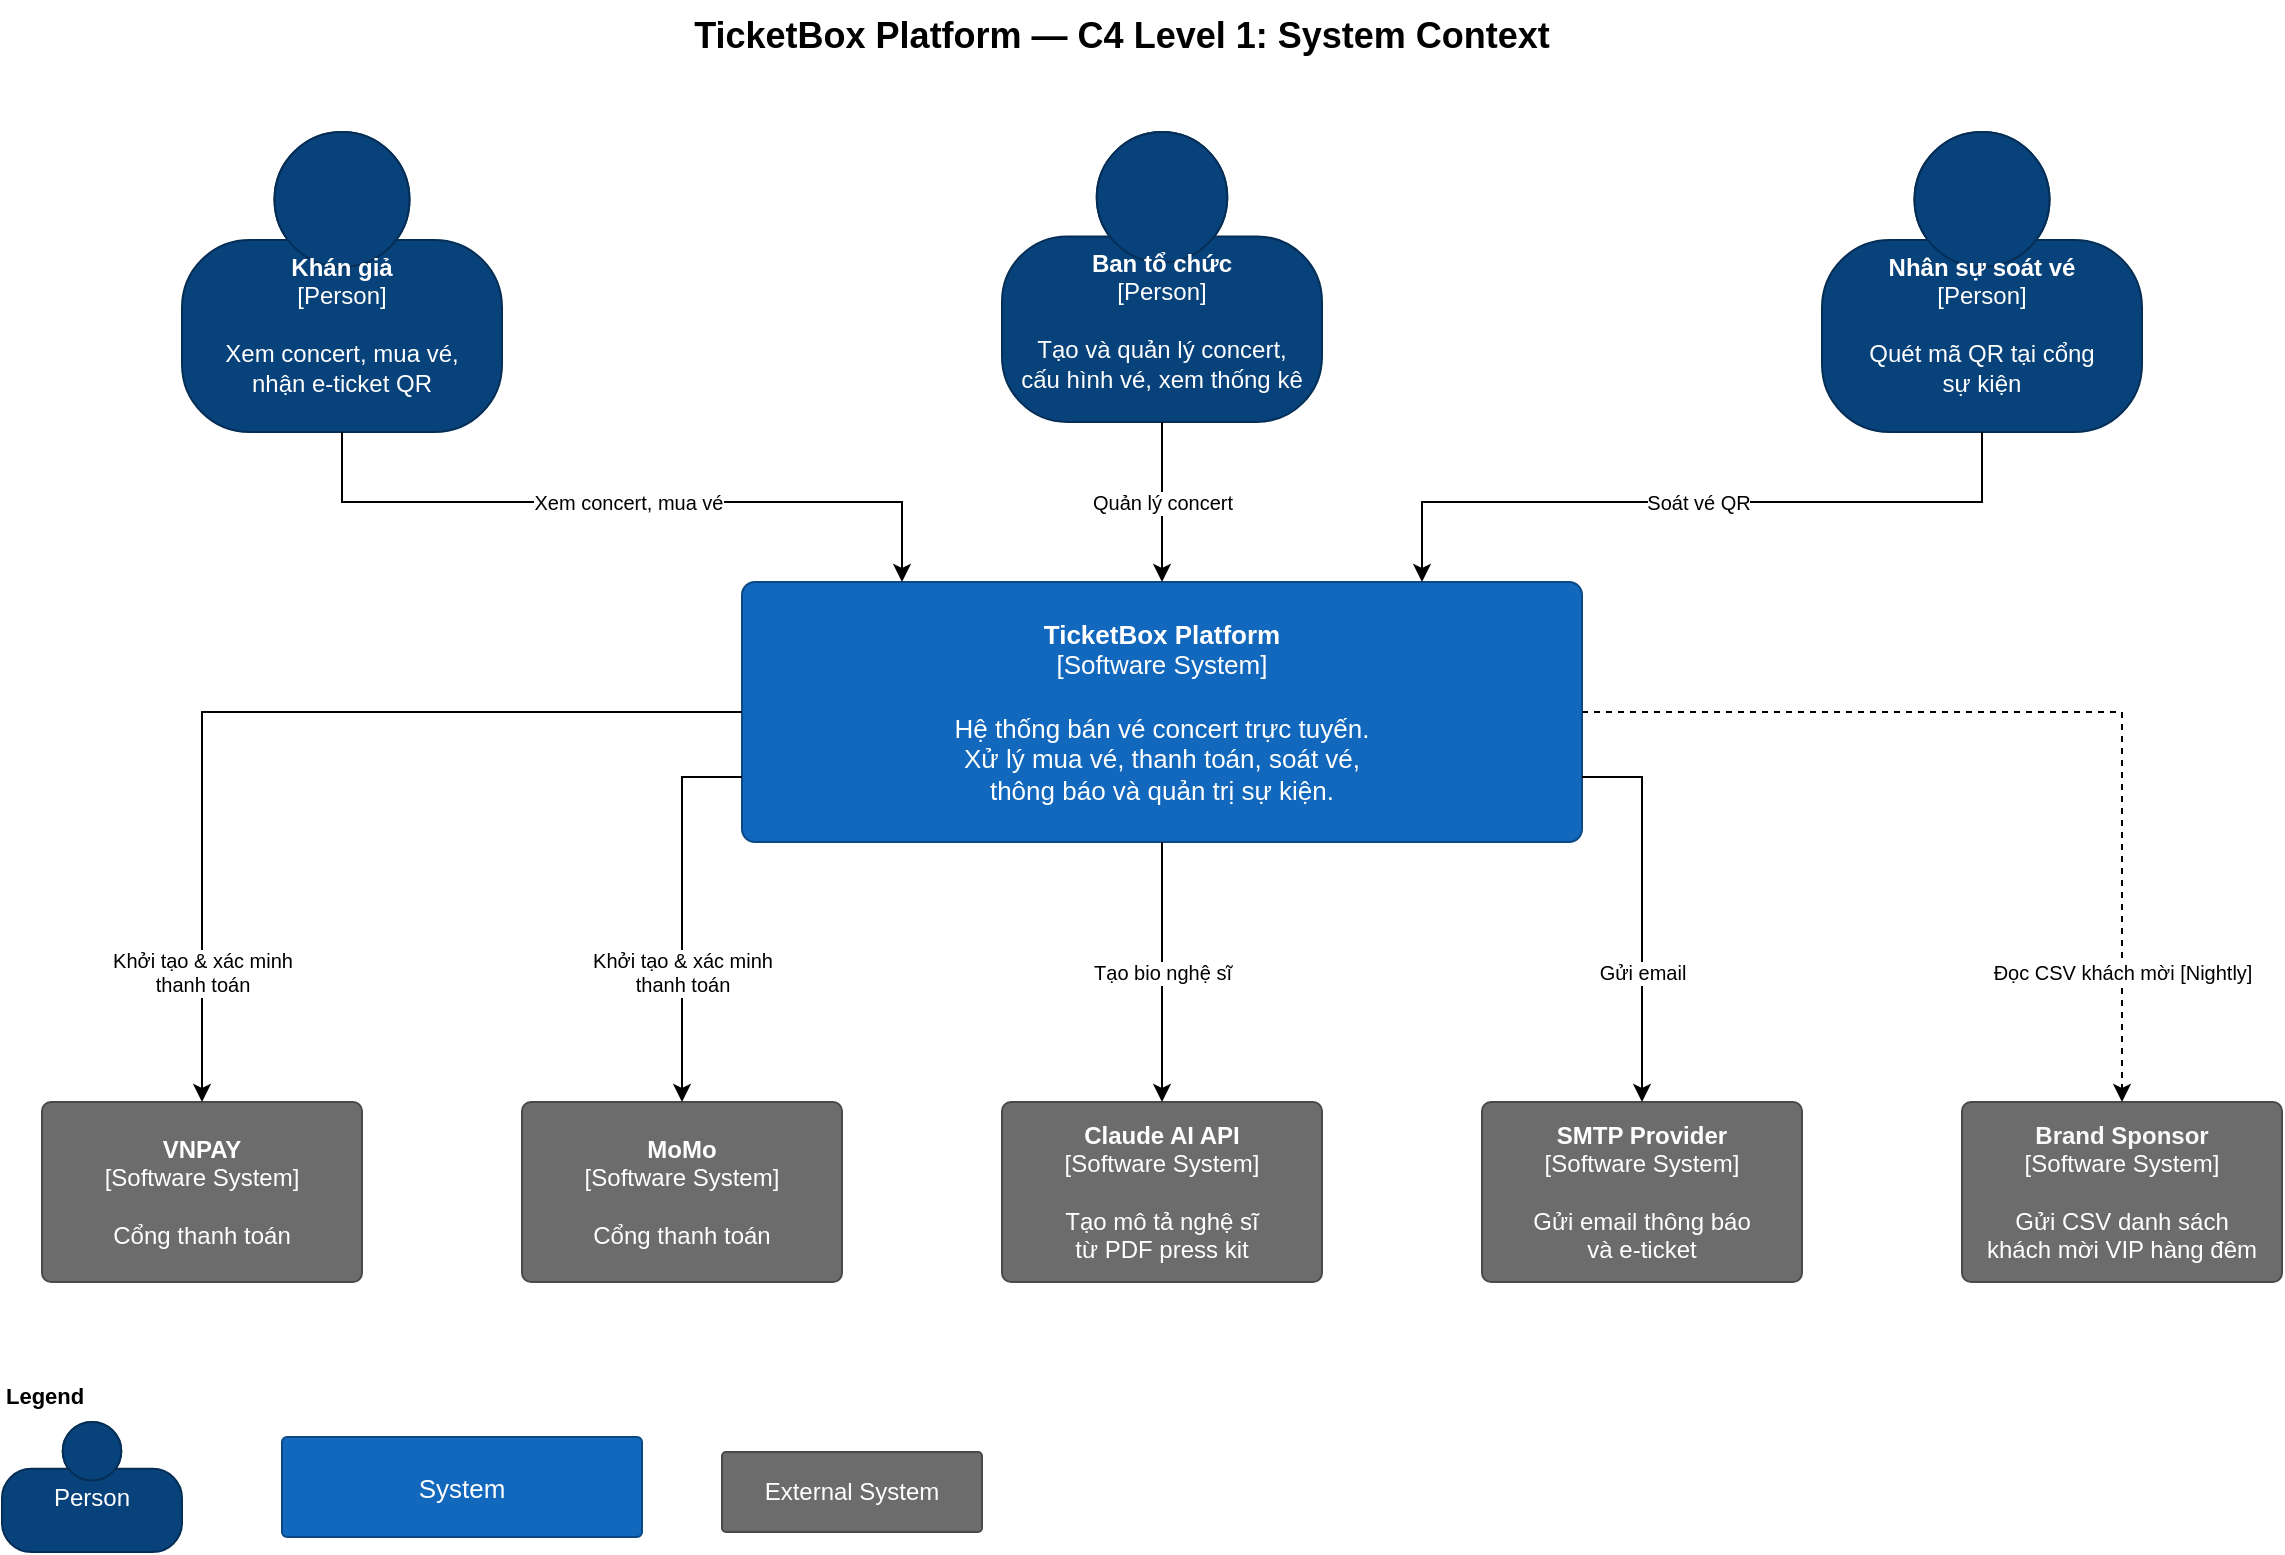
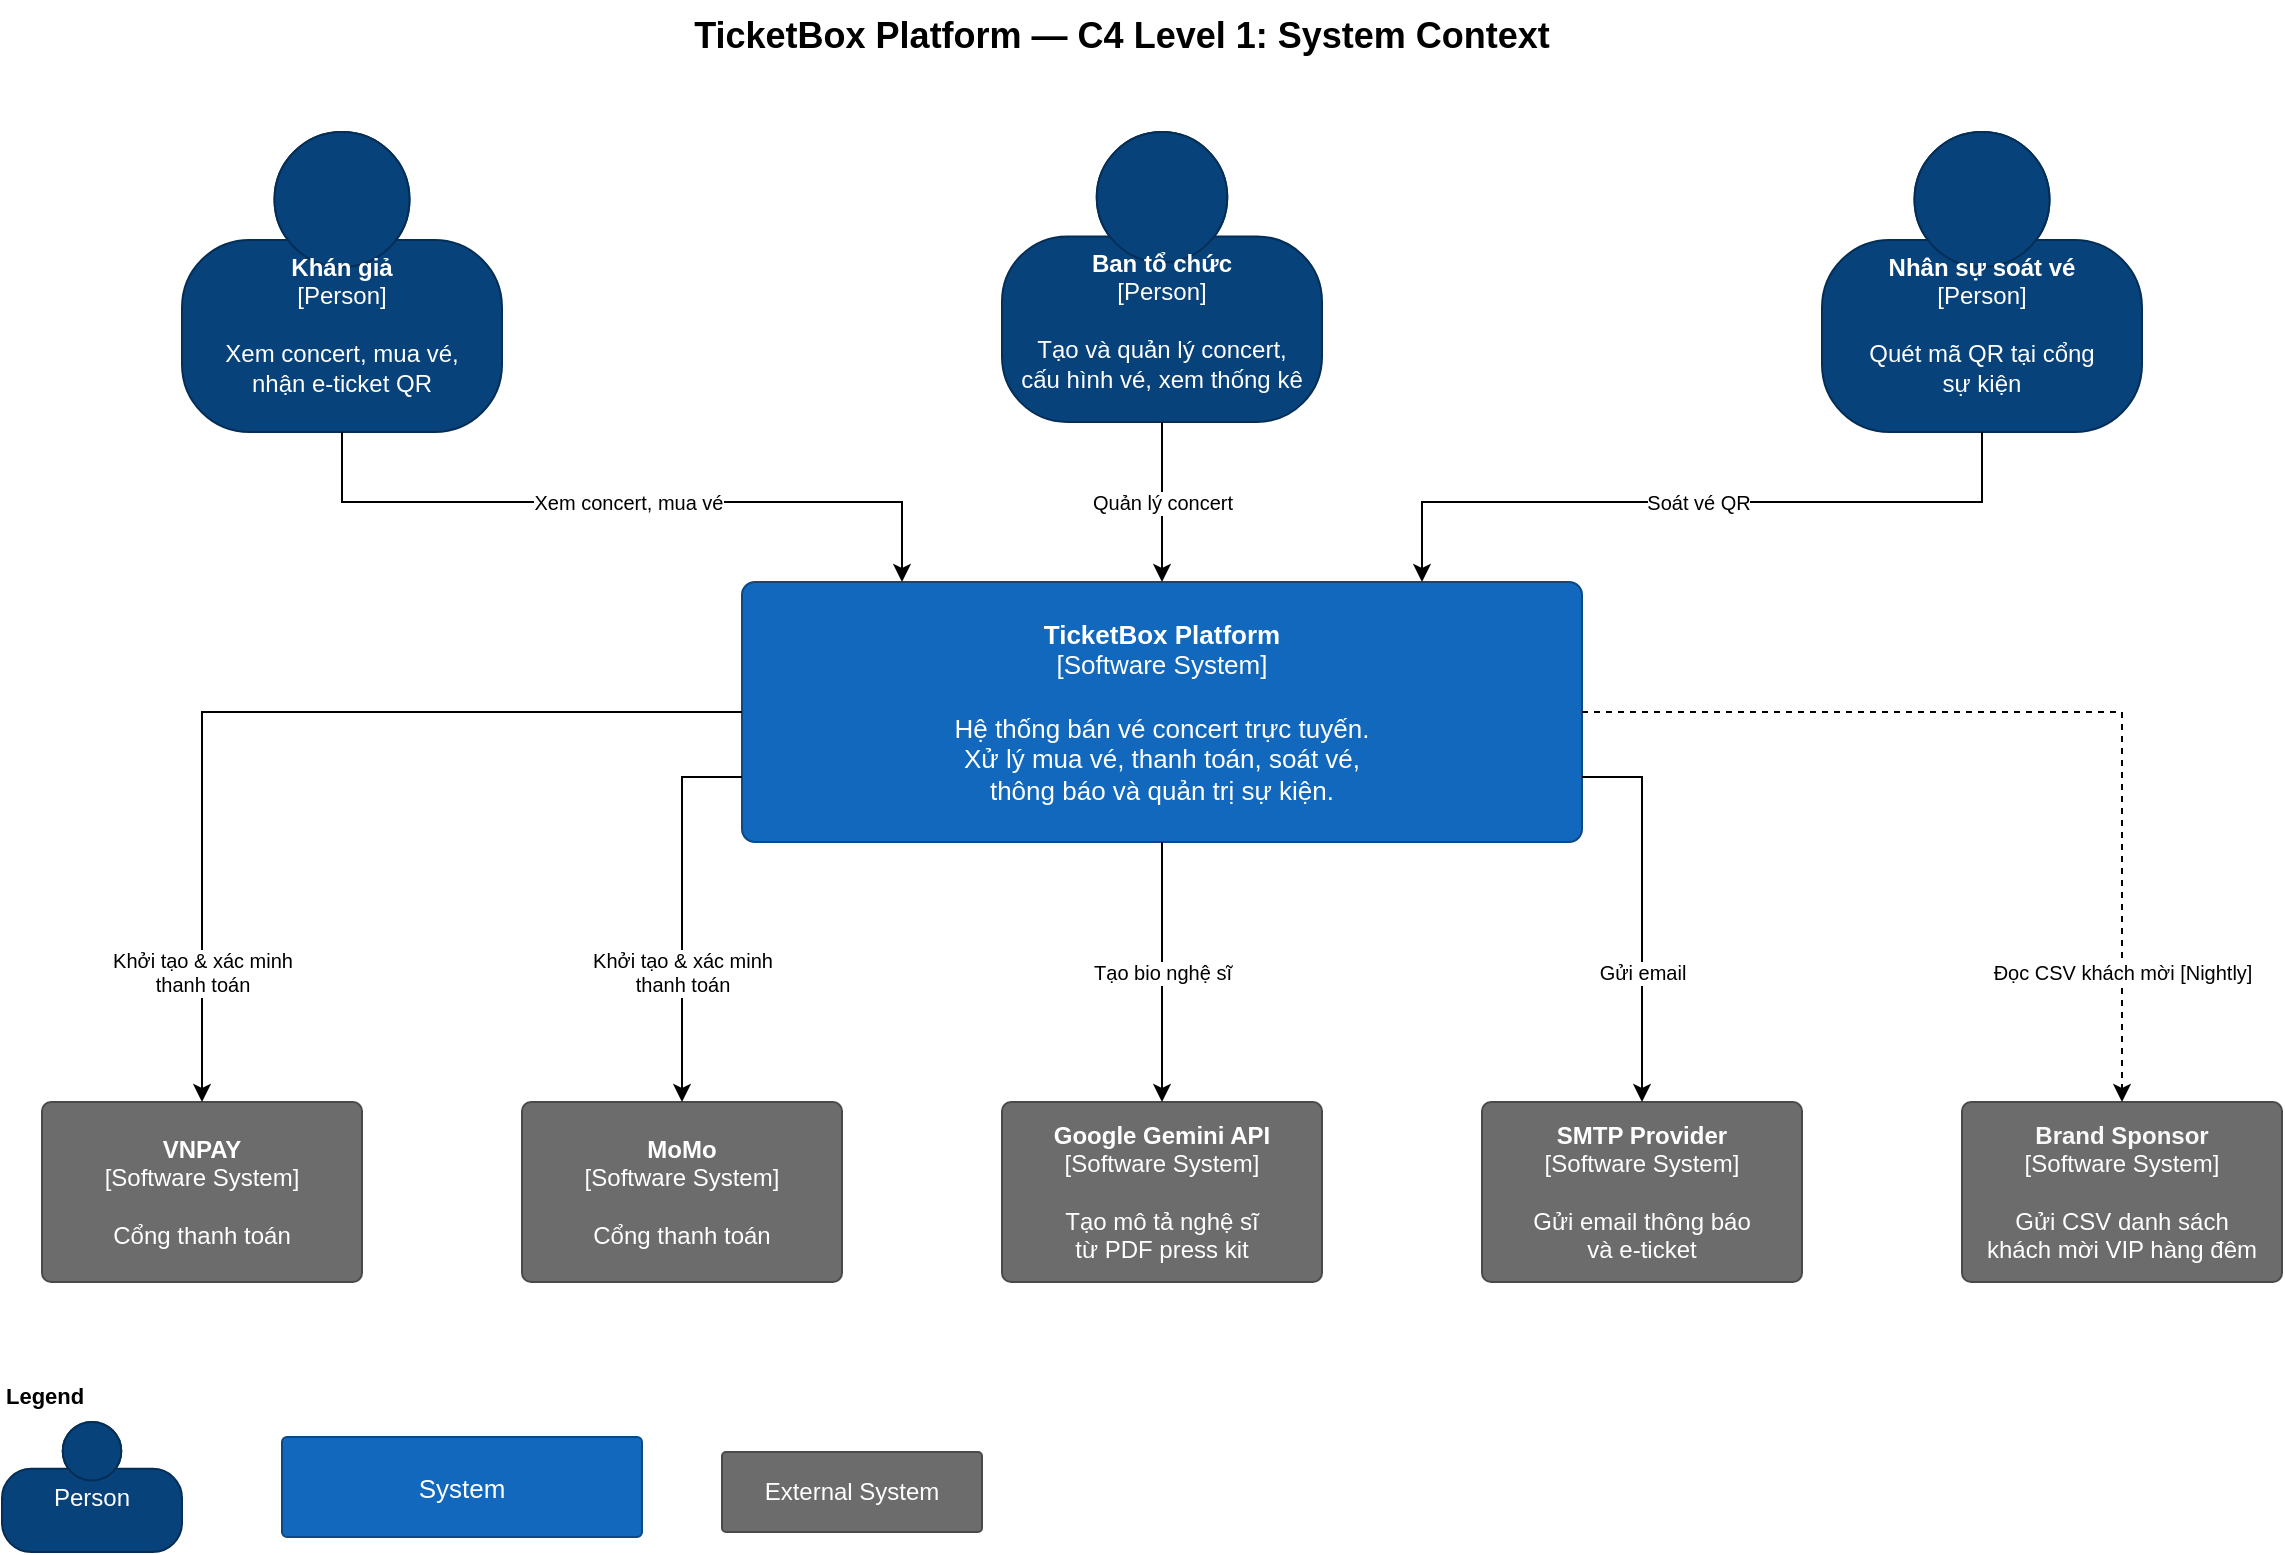
<mxfile host="65bd71144e">
    <diagram id="tzTi_lN_LEYdUQbWwObk" name="Page-1">
        <mxGraphModel dx="1715" dy="1005" grid="1" gridSize="10" guides="1" tooltips="1" connect="1" arrows="1" fold="1" page="1" pageScale="1" pageWidth="1169" pageHeight="827" background="#ffffff" math="0" shadow="0">
            <root>
                <mxCell id="0"/>
                <mxCell id="1" parent="0"/>
                <mxCell id="2" value="&lt;b style=&quot;font-size:18px;&quot;&gt;TicketBox Platform — C4 Level 1: System Context&lt;/b&gt;" style="text;html=1;strokeColor=none;fillColor=none;align=center;verticalAlign=middle;whiteSpace=wrap;" vertex="1" parent="1">
                    <mxGeometry x="194" y="26" width="760" height="36" as="geometry"/>
                </mxCell>
                <mxCell id="3" value="&lt;b&gt;&lt;font style=&quot;color: rgb(255, 255, 255);&quot;&gt;Khán giả&lt;/font&gt;&lt;/b&gt;&lt;br&gt;[Person]&lt;br&gt;&lt;br&gt;Xem concert, mua vé,&lt;br&gt;nhận e-ticket QR" style="shape=mxgraph.c4.person2;align=center;verticalAlign=top;whiteSpace=wrap;html=1;fillColor=#08427B;strokeColor=#052E56;fontColor=#ffffff;" vertex="1" parent="1">
                    <mxGeometry x="104" y="92" width="160" height="150" as="geometry"/>
                </mxCell>
                <mxCell id="4" value="&lt;b&gt;&lt;font style=&quot;color: rgb(255, 255, 255);&quot;&gt;Ban tổ chức&lt;/font&gt;&lt;/b&gt;&lt;br&gt;[Person]&lt;br&gt;&lt;br&gt;Tạo và quản lý concert,&lt;br&gt;cấu hình vé, xem thống kê" style="shape=mxgraph.c4.person2;align=center;verticalAlign=top;whiteSpace=wrap;html=1;fillColor=#08427B;strokeColor=#052E56;fontColor=#ffffff;" vertex="1" parent="1">
                    <mxGeometry x="514" y="92" width="160" height="145" as="geometry"/>
                </mxCell>
                <mxCell id="5" value="&lt;b&gt;&lt;font style=&quot;color: rgb(255, 255, 255);&quot;&gt;Nhân sự soát vé&lt;br&gt;&lt;/font&gt;&lt;/b&gt;[Person]&lt;br&gt;&lt;br&gt;Quét mã QR tại cổng&lt;br&gt;sự kiện" style="shape=mxgraph.c4.person2;align=center;verticalAlign=top;whiteSpace=wrap;html=1;fillColor=#08427B;strokeColor=#052E56;fontColor=#ffffff;" vertex="1" parent="1">
                    <mxGeometry x="924" y="92" width="160" height="150" as="geometry"/>
                </mxCell>
                <mxCell id="6" value="&lt;b&gt;&lt;font style=&quot;color: rgb(255, 255, 255);&quot;&gt;TicketBox Platform&lt;/font&gt;&lt;/b&gt;&lt;br&gt;[Software System]&lt;br&gt;&lt;br&gt;Hệ thống bán vé concert trực tuyến.&lt;br&gt;Xử lý mua vé, thanh toán, soát vé,&lt;br&gt;thông báo và quản trị sự kiện." style="rounded=1;arcSize=5;align=center;verticalAlign=middle;whiteSpace=wrap;html=1;fillColor=#1168BD;strokeColor=#0B4884;fontColor=#ffffff;fontSize=13;" vertex="1" parent="1">
                    <mxGeometry x="384" y="317" width="420" height="130" as="geometry"/>
                </mxCell>
                <mxCell id="7" value="&lt;b&gt;&lt;font style=&quot;color: rgb(255, 255, 255);&quot;&gt;VNPAY&lt;/font&gt;&lt;/b&gt;&lt;br&gt;[Software System]&lt;br&gt;&lt;br&gt;Cổng thanh toán" style="rounded=1;arcSize=5;align=center;verticalAlign=middle;whiteSpace=wrap;html=1;fillColor=#6C6C6C;strokeColor=#4A4A4A;fontColor=#ffffff;" vertex="1" parent="1">
                    <mxGeometry x="34" y="577" width="160" height="90" as="geometry"/>
                </mxCell>
                <mxCell id="8" value="&lt;b&gt;&lt;font style=&quot;color: rgb(255, 255, 255);&quot;&gt;MoMo&lt;/font&gt;&lt;/b&gt;&lt;br&gt;[&lt;span style=&quot;color: rgb(255, 255, 255);&quot;&gt;Software&lt;/span&gt;&amp;nbsp;System]&lt;br&gt;&lt;br&gt;Cổng thanh toán" style="rounded=1;arcSize=5;align=center;verticalAlign=middle;whiteSpace=wrap;html=1;fillColor=#6C6C6C;strokeColor=#4A4A4A;fontColor=#ffffff;" vertex="1" parent="1">
                    <mxGeometry x="274" y="577" width="160" height="90" as="geometry"/>
                </mxCell>
-                 <mxCell id="9" value="&lt;b&gt;&lt;font style=&quot;color: rgb(255, 255, 255);&quot;&gt;Claude AI API&lt;/font&gt;&lt;/b&gt;&lt;br&gt;[&lt;span style=&quot;color: rgb(255, 255, 255);&quot;&gt;Software&lt;/span&gt;&amp;nbsp;System]&lt;br&gt;&lt;br&gt;Tạo mô tả nghệ sĩ&lt;br&gt;từ PDF press kit" style="rounded=1;arcSize=5;align=center;verticalAlign=middle;whiteSpace=wrap;html=1;fillColor=#6C6C6C;strokeColor=#4A4A4A;fontColor=#ffffff;" vertex="1" parent="1">
+                 <mxCell id="9" value="&lt;b&gt;&lt;font style=&quot;color: rgb(255, 255, 255);&quot;&gt;Google Gemini API&lt;/font&gt;&lt;/b&gt;&lt;br&gt;[&lt;span style=&quot;color: rgb(255, 255, 255);&quot;&gt;Software&lt;/span&gt;&amp;nbsp;System]&lt;br&gt;&lt;br&gt;Tạo mô tả nghệ sĩ&lt;br&gt;từ PDF press kit" style="rounded=1;arcSize=5;align=center;verticalAlign=middle;whiteSpace=wrap;html=1;fillColor=#6C6C6C;strokeColor=#4A4A4A;fontColor=#ffffff;" vertex="1" parent="1">
                    <mxGeometry x="514" y="577" width="160" height="90" as="geometry"/>
                </mxCell>
                <mxCell id="10" value="&lt;b&gt;&lt;font style=&quot;color: rgb(255, 255, 255);&quot;&gt;SMTP Provider&lt;/font&gt;&lt;/b&gt;&lt;br&gt;[&lt;span style=&quot;color: rgb(255, 255, 255);&quot;&gt;Software&lt;/span&gt;&amp;nbsp;System]&lt;br&gt;&lt;br&gt;Gửi email thông báo&lt;br&gt;và e-ticket" style="rounded=1;arcSize=5;align=center;verticalAlign=middle;whiteSpace=wrap;html=1;fillColor=#6C6C6C;strokeColor=#4A4A4A;fontColor=#ffffff;" vertex="1" parent="1">
                    <mxGeometry x="754" y="577" width="160" height="90" as="geometry"/>
                </mxCell>
                <mxCell id="11" value="&lt;b&gt;&lt;font style=&quot;color: rgb(249, 249, 249);&quot;&gt;Brand Sponsor&lt;/font&gt;&lt;/b&gt;&lt;br&gt;[&lt;span style=&quot;color: rgb(255, 255, 255);&quot;&gt;Software&lt;/span&gt;&amp;nbsp;System]&lt;br&gt;&lt;br&gt;Gửi CSV danh sách&lt;br&gt;khách mời VIP hàng đêm" style="rounded=1;arcSize=5;align=center;verticalAlign=middle;whiteSpace=wrap;html=1;fillColor=#6C6C6C;strokeColor=#4A4A4A;fontColor=#ffffff;" vertex="1" parent="1">
                    <mxGeometry x="994" y="577" width="160" height="90" as="geometry"/>
                </mxCell>
                <mxCell id="12" value="Xem concert, mua vé" style="edgeStyle=orthogonalEdgeStyle;rounded=0;orthogonalLoop=1;jettySize=auto;html=1;fontSize=10;" edge="1" parent="1" source="3" target="6">
                    <mxGeometry relative="1" as="geometry">
                        <Array as="points">
                            <mxPoint x="184" y="277"/>
                            <mxPoint x="464" y="277"/>
                        </Array>
                    </mxGeometry>
                </mxCell>
                <mxCell id="13" value="Quản lý concert" style="edgeStyle=orthogonalEdgeStyle;rounded=0;orthogonalLoop=1;jettySize=auto;html=1;fontSize=10;" edge="1" parent="1" source="4" target="6">
                    <mxGeometry relative="1" as="geometry"/>
                </mxCell>
                <mxCell id="14" value="Soát vé QR" style="edgeStyle=orthogonalEdgeStyle;rounded=0;orthogonalLoop=1;jettySize=auto;html=1;fontSize=10;" edge="1" parent="1" source="5" target="6">
                    <mxGeometry relative="1" as="geometry">
                        <Array as="points">
                            <mxPoint x="1004" y="277"/>
                            <mxPoint x="724" y="277"/>
                        </Array>
                    </mxGeometry>
                </mxCell>
                <mxCell id="15" value="Khởi tạo &amp;amp; xác minh&lt;br&gt;thanh toán" style="edgeStyle=orthogonalEdgeStyle;rounded=0;orthogonalLoop=1;jettySize=auto;html=1;fontSize=10;" edge="1" parent="1" source="6" target="7">
                    <mxGeometry x="0.7204" relative="1" as="geometry">
                        <mxPoint as="offset"/>
                    </mxGeometry>
                </mxCell>
                <mxCell id="16" value="Khởi tạo &amp;amp; xác minh&lt;br&gt;thanh toán" style="edgeStyle=orthogonalEdgeStyle;rounded=0;orthogonalLoop=1;jettySize=auto;html=1;fontSize=10;exitX=0;exitY=0.75;exitDx=0;exitDy=0;" edge="1" parent="1" source="6" target="8">
                    <mxGeometry x="0.3247" relative="1" as="geometry">
                        <mxPoint as="offset"/>
                    </mxGeometry>
                </mxCell>
                <mxCell id="17" value="Tạo bio nghệ sĩ" style="edgeStyle=orthogonalEdgeStyle;rounded=0;orthogonalLoop=1;jettySize=auto;html=1;fontSize=10;" edge="1" parent="1" source="6" target="9">
                    <mxGeometry relative="1" as="geometry"/>
                </mxCell>
                <mxCell id="18" value="Gửi email" style="edgeStyle=orthogonalEdgeStyle;rounded=0;orthogonalLoop=1;jettySize=auto;html=1;fontSize=10;exitX=1;exitY=0.75;exitDx=0;exitDy=0;" edge="1" parent="1" source="6" target="10">
                    <mxGeometry x="0.3247" relative="1" as="geometry">
                        <mxPoint as="offset"/>
                    </mxGeometry>
                </mxCell>
                <mxCell id="19" value="Đọc CSV khách mời [Nightly]" style="edgeStyle=orthogonalEdgeStyle;rounded=0;orthogonalLoop=1;jettySize=auto;html=1;fontSize=10;dashed=1;" edge="1" parent="1" source="6" target="11">
                    <mxGeometry x="0.7204" relative="1" as="geometry">
                        <mxPoint as="offset"/>
                    </mxGeometry>
                </mxCell>
                <mxCell id="20" value="&lt;b&gt;Legend&lt;/b&gt;" style="text;html=1;strokeColor=none;fillColor=none;align=left;verticalAlign=middle;fontSize=11;" vertex="1" parent="1">
                    <mxGeometry x="14" y="712" width="80" height="24" as="geometry"/>
                </mxCell>
                <mxCell id="21" value="Person" style="shape=mxgraph.c4.person2;fillColor=#08427B;strokeColor=#052E56;fontColor=#ffffff;align=center;verticalAlign=top;whiteSpace=wrap;html=1;" vertex="1" parent="1">
                    <mxGeometry x="14" y="737" width="90" height="65" as="geometry"/>
                </mxCell>
                <mxCell id="22" value="External System" style="rounded=1;arcSize=5;fillColor=#6C6C6C;strokeColor=#4A4A4A;fontColor=#ffffff;align=center;verticalAlign=middle;whiteSpace=wrap;html=1;" vertex="1" parent="1">
                    <mxGeometry x="374" y="752" width="130" height="40" as="geometry"/>
                </mxCell>
                <mxCell id="23" value="System" style="rounded=1;arcSize=5;align=center;verticalAlign=middle;whiteSpace=wrap;html=1;fillColor=#1168BD;strokeColor=#0B4884;fontColor=#ffffff;fontSize=13;" vertex="1" parent="1">
                    <mxGeometry x="154" y="744.5" width="180" height="50" as="geometry"/>
                </mxCell>
            </root>
        </mxGraphModel>
    </diagram>
</mxfile>